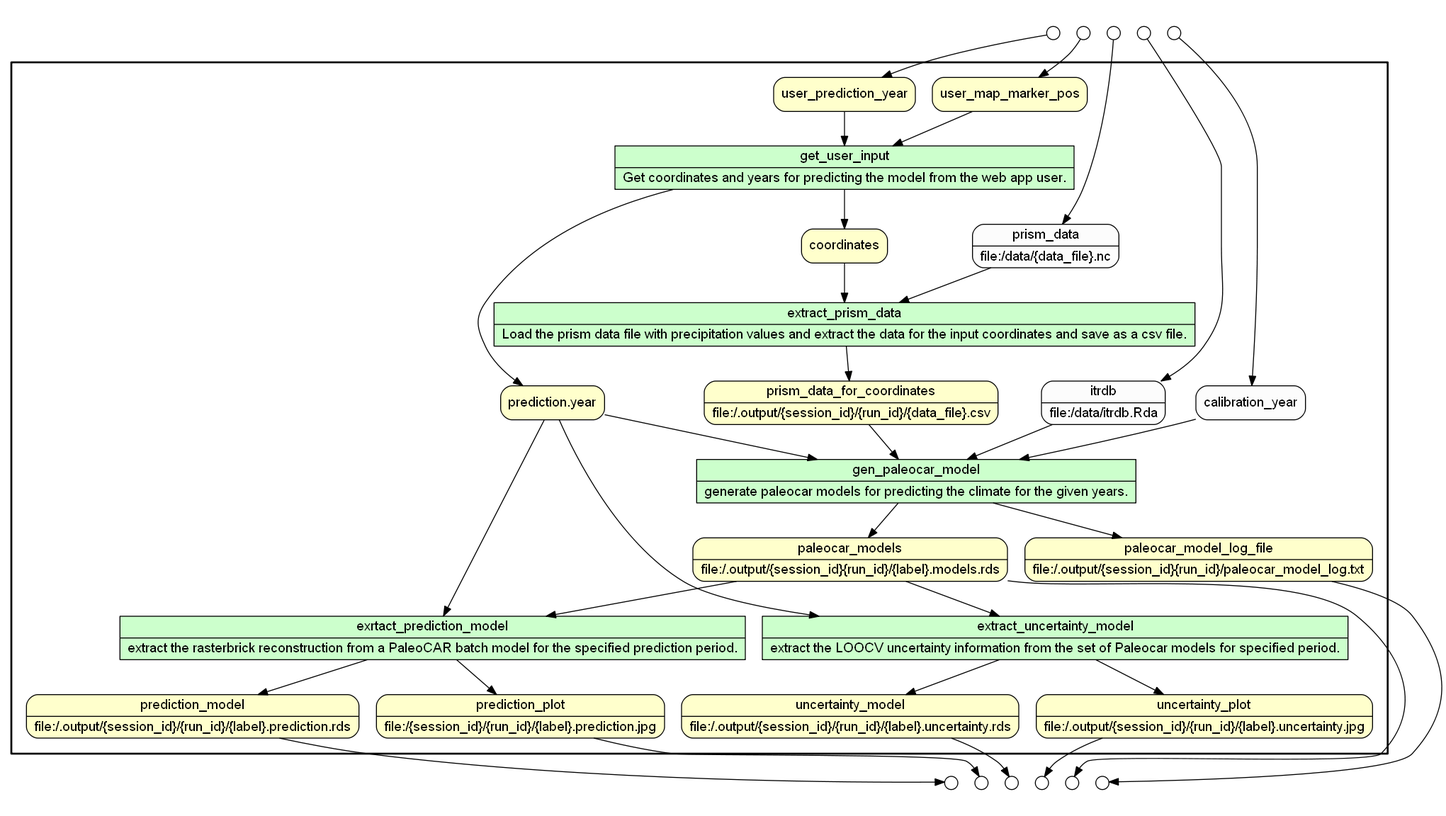
The Graphviz diagram .prov_scripts/graphs/web_app_paleocar_data_flow.png in idaks/wt-prov-Summer-2017, before a commit. Its source is kept beside it as .prov_scripts/gv_files/web_app_paleocar_data_flow.gv.
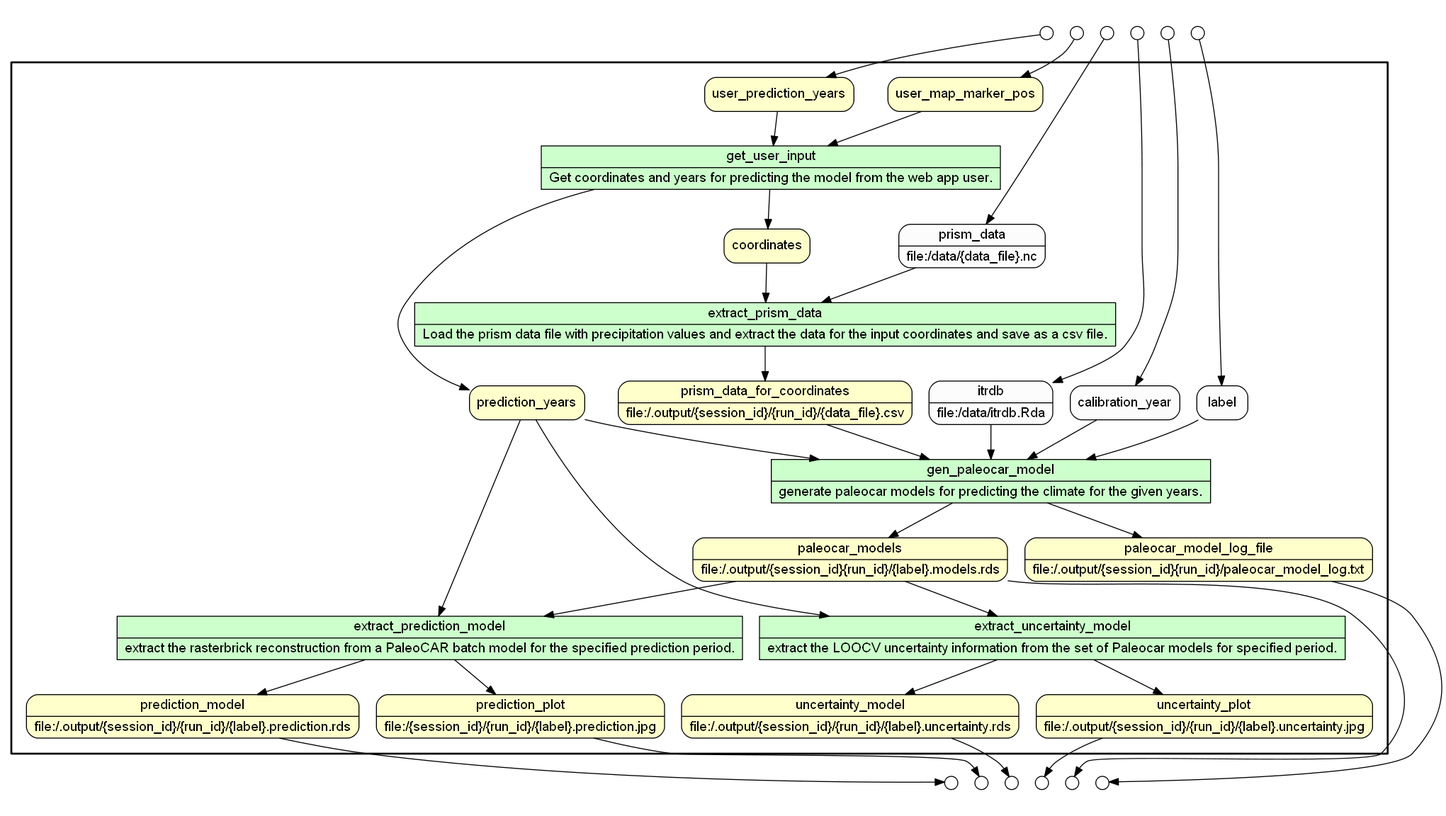
After the change.

The edit, as a diff of the source:
```diff
@@ -8,7 +8,7 @@
 get_user_input [shape=record rankdir=LR label="{<f0> get_user_input |<f1> Get coordinates and years for predicting the model from the web app user.}"];
 extract_prism_data [shape=record rankdir=LR label="{<f0> extract_prism_data |<f1> Load the prism data file with precipitation values and extract the data for the input coordinates and save as a csv file.}"];
 gen_paleocar_model [shape=record rankdir=LR label="{<f0> gen_paleocar_model |<f1> generate paleocar models for predicting the climate for the given years.}"];
-exrtact_prediction_model [shape=record rankdir=LR label="{<f0> exrtact_prediction_model |<f1> extract the rasterbrick reconstruction from a PaleoCAR batch model for the specified prediction period.}"];
+extract_prediction_model [shape=record rankdir=LR label="{<f0> extract_prediction_model |<f1> extract the rasterbrick reconstruction from a PaleoCAR batch model for the specified prediction period.}"];
 extract_uncertainty_model [shape=record rankdir=LR label="{<f0> extract_uncertainty_model |<f1> extract the LOOCV uncertainty information from the set of Paleocar models for specified period.}"];
 node[shape=box style="rounded,filled" fillcolor="#FFFFCC" peripheries=1 fontname=Helvetica]
 paleocar_models [shape=record rankdir=LR label="{<f0> paleocar_models |<f1> file\:/.output/\{session_id\}\{run_id\}/\{label\}.models.rds}"];
@@ -18,44 +18,47 @@
 uncertainty_plot [shape=record rankdir=LR label="{<f0> uncertainty_plot |<f1> file\:/.output/\{session_id\}/\{run_id\}/\{label\}.uncertainty.jpg}"];
 paleocar_model_log_file [shape=record rankdir=LR label="{<f0> paleocar_model_log_file |<f1> file\:/.output/\{session_id\}\{run_id\}/paleocar_model_log.txt}"];
 user_map_marker_pos
-user_prediction_year
+user_prediction_years
 coordinates
-"prediction.year"
+prediction_years
 prism_data_for_coordinates [shape=record rankdir=LR label="{<f0> prism_data_for_coordinates |<f1> file\:/.output/\{session_id\}/\{run_id\}/\{data_file\}.csv}"];
 node[shape=box style="rounded,filled" fillcolor="#FCFCFC" peripheries=1 fontname=Helvetica]
 prism_data [shape=record rankdir=LR label="{<f0> prism_data |<f1> file\:/data/\{data_file\}.nc}"];
+label
 calibration_year
 itrdb [shape=record rankdir=LR label="{<f0> itrdb |<f1> file\:/data/itrdb.Rda}"];
 get_user_input -> coordinates
-get_user_input -> "prediction.year"
+get_user_input -> prediction_years
 user_map_marker_pos -> get_user_input
-user_prediction_year -> get_user_input
+user_prediction_years -> get_user_input
 extract_prism_data -> prism_data_for_coordinates
 coordinates -> extract_prism_data
 prism_data -> extract_prism_data
 gen_paleocar_model -> paleocar_models
 gen_paleocar_model -> paleocar_model_log_file
+label -> gen_paleocar_model
 calibration_year -> gen_paleocar_model
 itrdb -> gen_paleocar_model
-"prediction.year" -> gen_paleocar_model
+prediction_years -> gen_paleocar_model
 prism_data_for_coordinates -> gen_paleocar_model
-exrtact_prediction_model -> prediction_model
-exrtact_prediction_model -> prediction_plot
-paleocar_models -> exrtact_prediction_model
-"prediction.year" -> exrtact_prediction_model
+extract_prediction_model -> prediction_model
+extract_prediction_model -> prediction_plot
+paleocar_models -> extract_prediction_model
+prediction_years -> extract_prediction_model
 extract_uncertainty_model -> uncertainty_model
 extract_uncertainty_model -> uncertainty_plot
 paleocar_models -> extract_uncertainty_model
-"prediction.year" -> extract_uncertainty_model
+prediction_years -> extract_uncertainty_model
 }}
 subgraph cluster_input_ports_group_outer { label=""; penwidth=0
 subgraph cluster_input_ports_group_inner { label=""; penwidth=0
 node[shape=circle style="rounded,filled" fillcolor="#FFFFFF" peripheries=1 fontname=Helvetica width=0.2]
 user_map_marker_pos_input_port [label=""]
-user_prediction_year_input_port [label=""]
+user_prediction_years_input_port [label=""]
 prism_data_input_port [label=""]
 itrdb_input_port [label=""]
 calibration_year_input_port [label=""]
+label_input_port [label=""]
 }}
 subgraph cluster_output_ports_group_outer { label=""; penwidth=0
 subgraph cluster_output_ports_group_inner { label=""; penwidth=0
@@ -68,10 +71,11 @@
 paleocar_model_log_file_output_port [label=""]
 }}
 user_map_marker_pos_input_port -> user_map_marker_pos
-user_prediction_year_input_port -> user_prediction_year
+user_prediction_years_input_port -> user_prediction_years
 prism_data_input_port -> prism_data
 itrdb_input_port -> itrdb
 calibration_year_input_port -> calibration_year
+label_input_port -> label
 paleocar_models -> paleocar_models_output_port
 prediction_model -> prediction_model_output_port
 uncertainty_model -> uncertainty_model_output_port
```
